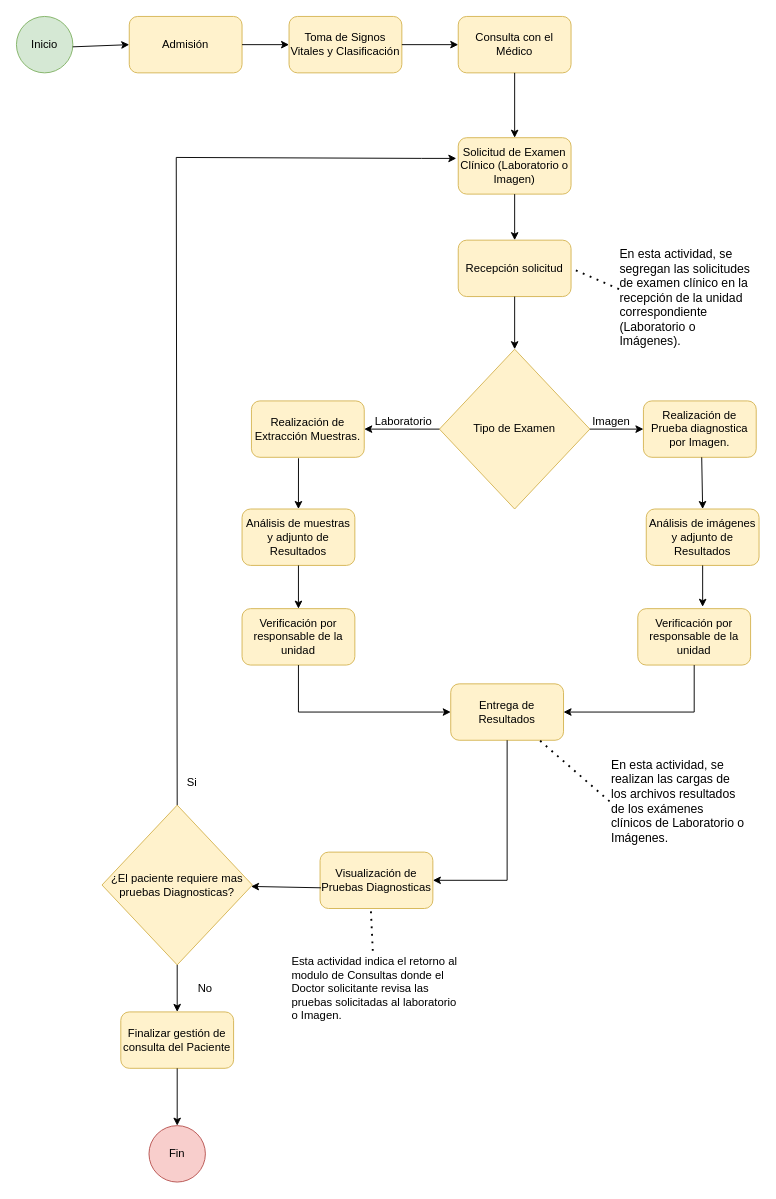
Earlier version of the draw.io diagram page "Proceso Actual de Laboratorio e Imagenes" (4 of 5) of Diagramas de Flujo de Proceso.drawio (marguello86/Equipo1_MINSA). Source tidied: cells renumbered, new cells numbered last; positions are measured from the earlier drawing's top-left corner, leaving out a move shared by most shapes. Both pictures are drawn from the tidied source at 94%, with x=0, y=0 at pixel (16, 16).
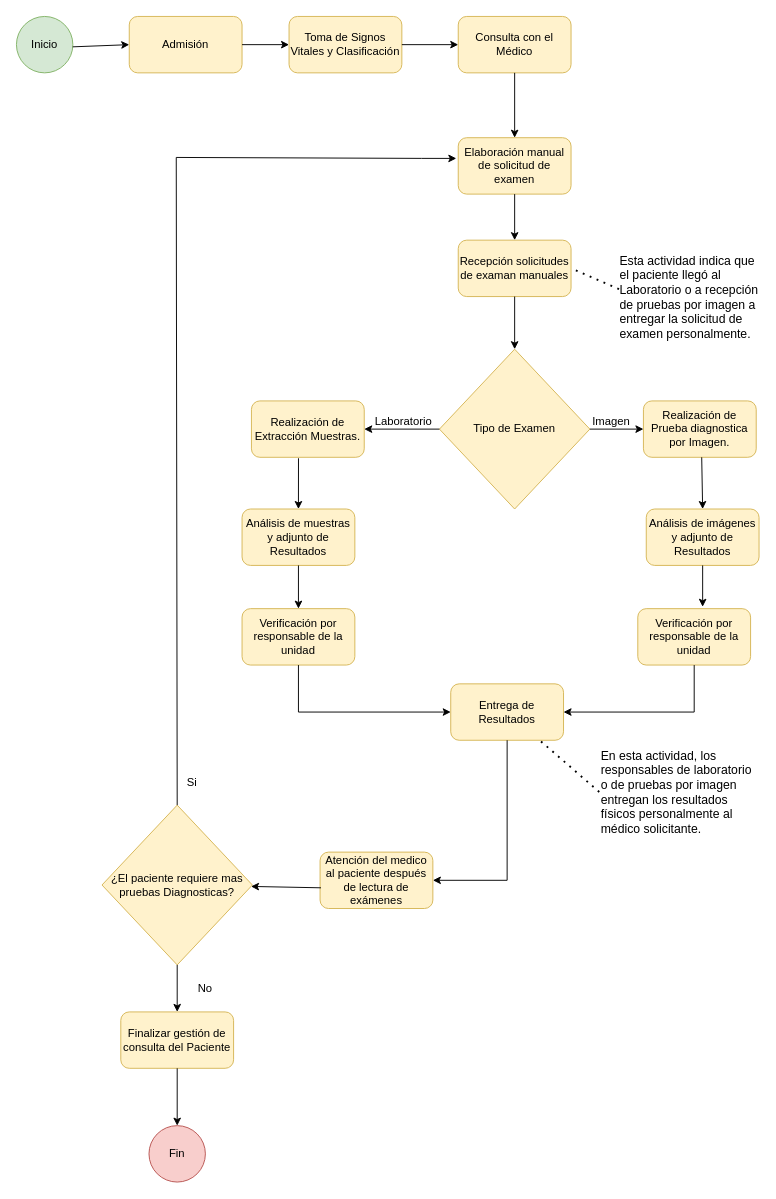
Above is the later version.

Commit message:
Proceso Actual de Laboratorio e Imagenes

What changed in the source:
```diff
@@
-    <mxCell id="9" value="Solicitud de Examen Clínico (Laboratorio o Imagen)" style="rounded=1;whiteSpace=wrap;html=1;fillColor=#fff2cc;strokeColor=#d6b656;" parent="1" vertex="1">
+    <mxCell id="9" value="Elaboración manual de solicitud de examen" style="rounded=1;whiteSpace=wrap;html=1;fillColor=#fff2cc;strokeColor=#d6b656;" parent="1" vertex="1">
       <mxGeometry x="470" y="129" width="120" height="60" as="geometry" />
     </mxCell>
-    <mxCell id="10" value="Recepción solicitud" style="rounded=1;whiteSpace=wrap;html=1;fillColor=#fff2cc;strokeColor=#d6b656;" parent="1" vertex="1">
+    <mxCell id="10" value="Recepción solicitudes de examan manuales" style="rounded=1;whiteSpace=wrap;html=1;fillColor=#fff2cc;strokeColor=#d6b656;" parent="1" vertex="1">
       <mxGeometry x="470" y="238" width="120" height="60" as="geometry" />
     </mxCell>
@@
-    <mxCell id="18" value="Visualización de Pruebas Diagnosticas" style="rounded=1;whiteSpace=wrap;html=1;fillColor=#fff2cc;strokeColor=#d6b656;" parent="1" vertex="1">
+    <mxCell id="18" value="Atención del medico al paciente después de lectura de exámenes" style="rounded=1;whiteSpace=wrap;html=1;fillColor=#fff2cc;strokeColor=#d6b656;" parent="1" vertex="1">
       <mxGeometry x="323" y="889" width="120" height="60" as="geometry" />
     </mxCell>
-    <mxCell id="19" value="Esta actividad indica el retorno al modulo de Consultas donde el Doctor solicitante revisa las pruebas solicitadas al laboratorio o Imagen." style="text;html=1;strokeColor=none;fillColor=none;align=left;verticalAlign=middle;whiteSpace=wrap;rounded=0;" parent="1" vertex="1">
-      <mxGeometry x="291" y="994" width="180" height="80" as="geometry" />
-    </mxCell>
-    <mxCell id="20" style="endArrow=none;dashed=1;html=1;dashPattern=1 3;strokeWidth=2;rounded=0;entryX=0.45;entryY=1.017;entryDx=0;entryDy=0;entryPerimeter=0;" parent="1" edge="1" source="19" target="18">
-      <mxGeometry relative="1" as="geometry" />
-    </mxCell>
@@
-    <mxCell id="45" value="&lt;div style=&quot;&quot;&gt;&lt;span style=&quot;font-size: 13px; background-color: initial;&quot;&gt;En esta actividad, se segregan las solicitudes de examen clínico en la recepción de la unidad correspondiente (Laboratorio o Imágenes).&lt;/span&gt;&lt;/div&gt;" style="text;html=1;strokeColor=none;fillColor=none;align=left;verticalAlign=middle;whiteSpace=wrap;rounded=0;" parent="1" vertex="1">
+    <mxCell id="45" value="&lt;div style=&quot;&quot;&gt;&lt;span style=&quot;font-size: 13px;&quot;&gt;Esta actividad indica que el paciente llegó al Laboratorio o a recepción de pruebas por imagen a entregar la solicitud de examen personalmente.&lt;/span&gt;&lt;/div&gt;" style="text;html=1;strokeColor=none;fillColor=none;align=left;verticalAlign=middle;whiteSpace=wrap;rounded=0;" parent="1" vertex="1">
       <mxGeometry x="640" y="244" width="150" height="110" as="geometry" />
     </mxCell>
-    <mxCell id="46" value="&lt;div style=&quot;&quot;&gt;&lt;span style=&quot;font-size: 13px; background-color: initial;&quot;&gt;En esta actividad, se realizan las cargas de los archivos resultados de los exámenes clínicos de Laboratorio o Imágenes.&lt;/span&gt;&lt;/div&gt;" style="text;html=1;strokeColor=none;fillColor=none;align=left;verticalAlign=middle;whiteSpace=wrap;rounded=0;" parent="1" vertex="1">
-      <mxGeometry x="631" y="790" width="146" height="90" as="geometry" />
+    <mxCell id="46" value="&lt;div style=&quot;&quot;&gt;&lt;span style=&quot;font-size: 13px; background-color: initial;&quot;&gt;En esta actividad, los responsables de laboratorio o de pruebas por imagen entregan los resultados físicos personalmente al médico solicitante.&lt;/span&gt;&lt;/div&gt;" style="text;html=1;strokeColor=none;fillColor=none;align=left;verticalAlign=middle;whiteSpace=wrap;rounded=0;" parent="1" vertex="1">
+      <mxGeometry x="620" y="770" width="170" height="110" as="geometry" />
     </mxCell>
```
